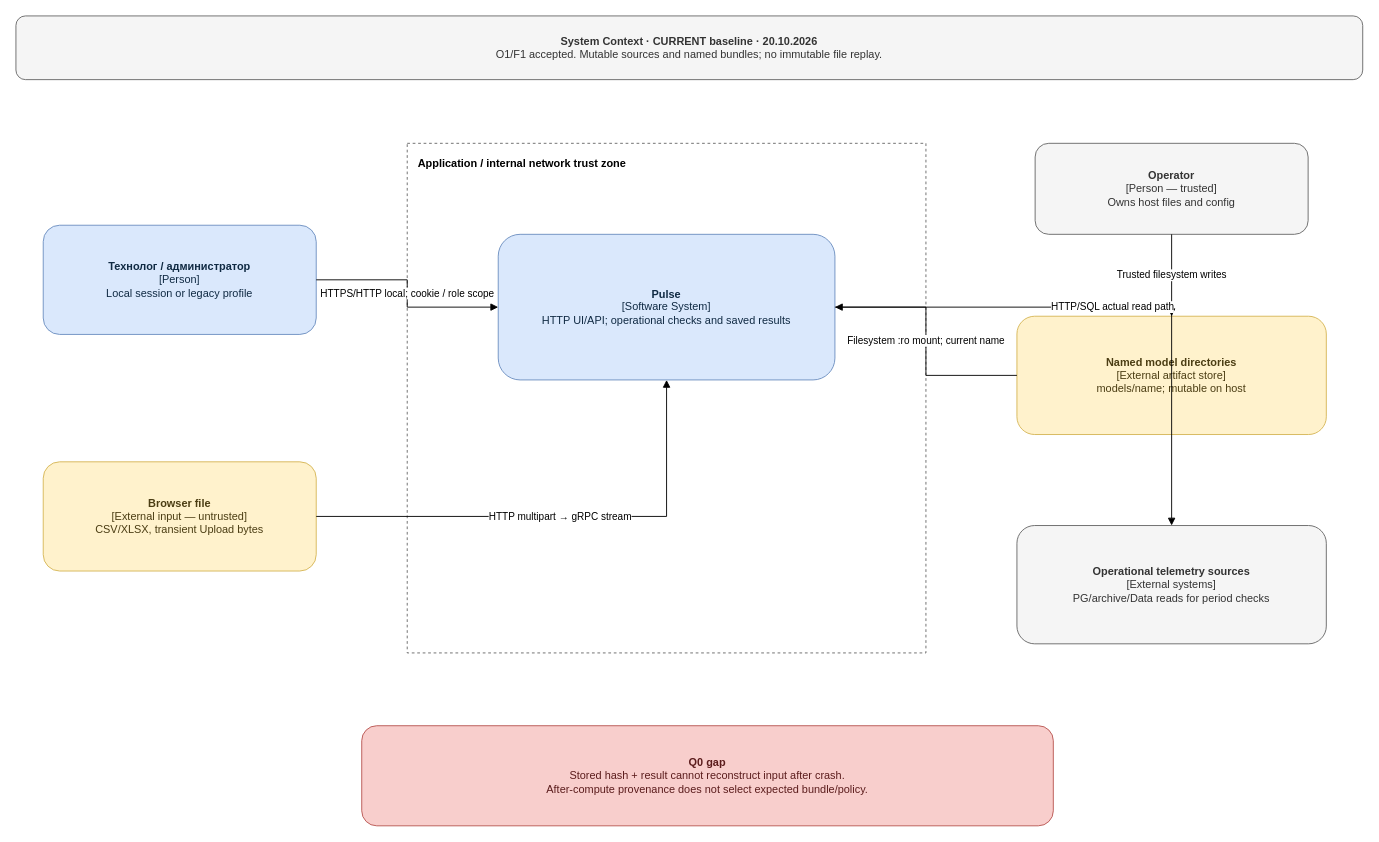
This is page "C1 Historical — pre-Q0 legacy" (1 of 6) of docs/q0-artifact-pinning.drawio from effitech-pulse/pulse-backend, a draw.io file, before an edit. Source tidied: cells renumbered, new cells numbered last; positions are measured from the earlier drawing's top-left corner, leaving out a move shared by most shapes. Both pictures are drawn from the tidied source at 91%, with x=0, y=0 at pixel (15, 15).
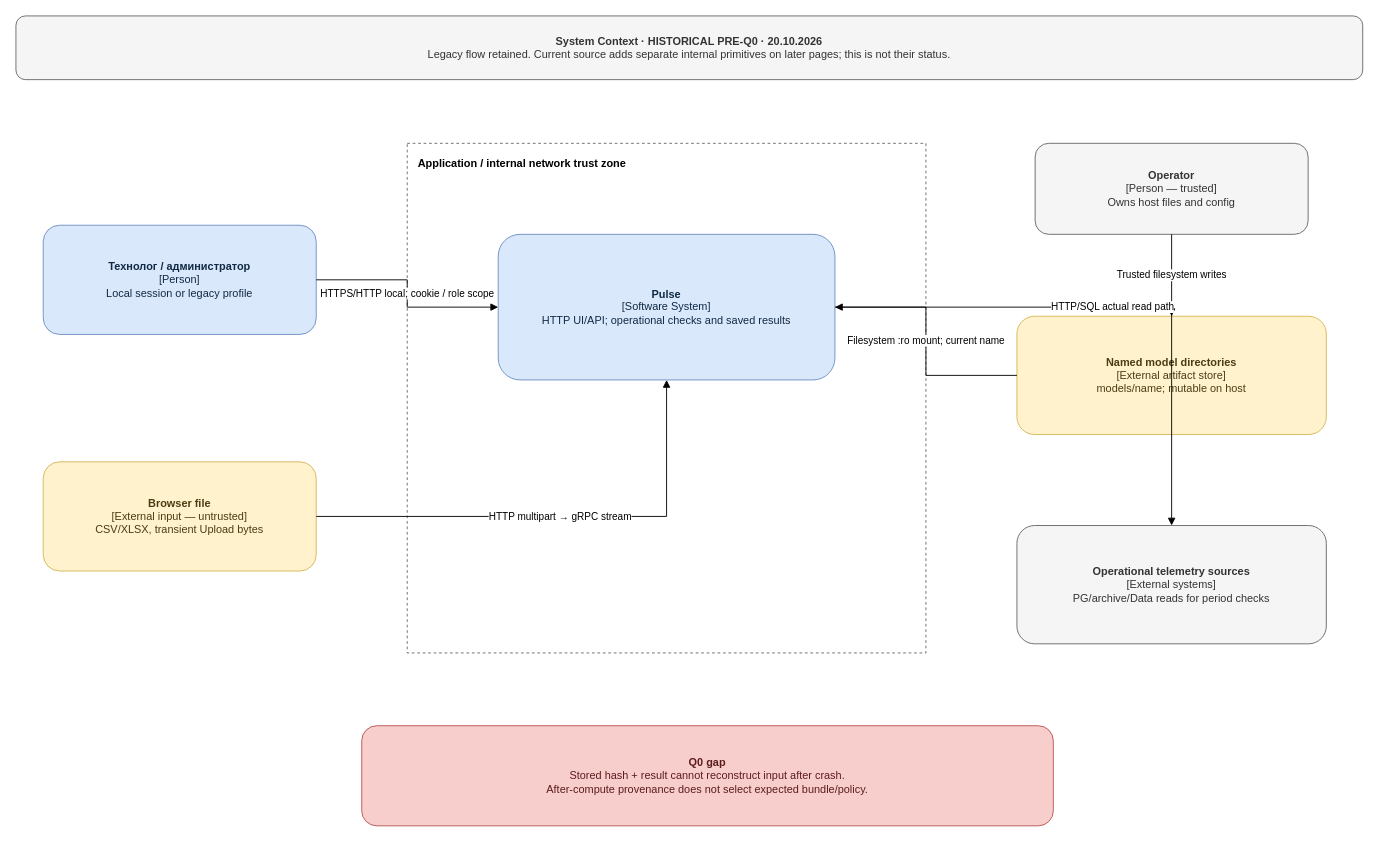
After the change.

What changed in the source:
```diff
@@
 <mxGraphModel>
   <root>
     <mxCell id="0" />
     <mxCell id="1" parent="0" />
-    <mxCell id="2" value="&lt;b&gt;System Context · CURRENT baseline · 20.10.2026&lt;/b&gt;&lt;br&gt;O1/F1 accepted. Mutable sources and named bundles; no immutable file replay." style="rounded=1;whiteSpace=wrap;html=1;fillColor=#f5f5f5;strokeColor=#666666;fontColor=#333333;" parent="1" vertex="1">
+    <mxCell id="2" value="&lt;b&gt;System Context · HISTORICAL PRE-Q0 · 20.10.2026&lt;/b&gt;&lt;br&gt;Legacy flow retained. Current source adds separate internal primitives on later pages; this is not their status." style="rounded=1;whiteSpace=wrap;html=1;fillColor=#f5f5f5;strokeColor=#666666;fontColor=#333333;" parent="1" vertex="1">
       <mxGeometry width="1480" height="70" as="geometry" />
     </mxCell>
     <mxCell id="3" value="Application / internal network trust zone" style="rounded=0;whiteSpace=wrap;html=1;fillColor=none;strokeColor=#666666;dashed=1;verticalAlign=top;align=left;fontStyle=1;spacingTop=8;spacingLeft=10;" parent="1" vertex="1">
       <mxGeometry x="430" y="140" width="570" height="560" as="geometry" />
     </mxCell>
     <mxCell id="4" value="&lt;b&gt;Технолог / администратор&lt;/b&gt;&lt;br&gt;[Person]&lt;br&gt;Local session or legacy profile" style="rounded=1;whiteSpace=wrap;html=1;fillColor=#dae8fc;strokeColor=#6c8ebf;fontColor=#102a43;" parent="1" vertex="1">
       <mxGeometry x="30" y="230" width="300" height="120" as="geometry" />
     </mxCell>
     <mxCell id="5" value="&lt;b&gt;Pulse&lt;/b&gt;&lt;br&gt;[Software System]&lt;br&gt;HTTP UI/API; operational checks and saved results" style="rounded=1;whiteSpace=wrap;html=1;fillColor=#dae8fc;strokeColor=#6c8ebf;fontColor=#102a43;" parent="1" vertex="1">
       <mxGeometry x="530" y="240" width="370" height="160" as="geometry" />
     </mxCell>
     <mxCell id="6" value="&lt;b&gt;Browser file&lt;/b&gt;&lt;br&gt;[External input — untrusted]&lt;br&gt;CSV/XLSX, transient Upload bytes" style="rounded=1;whiteSpace=wrap;html=1;fillColor=#fff2cc;strokeColor=#d6b656;fontColor=#4b3d13;" parent="1" vertex="1">
       <mxGeometry x="30" y="490" width="300" height="120" as="geometry" />
     </mxCell>
     <mxCell id="7" value="&lt;b&gt;Operator&lt;/b&gt;&lt;br&gt;[Person — trusted]&lt;br&gt;Owns host files and config" style="rounded=1;whiteSpace=wrap;html=1;fillColor=#f5f5f5;strokeColor=#666666;fontColor=#333333;" parent="1" vertex="1">
       <mxGeometry x="1120" y="140" width="300" height="100" as="geometry" />
     </mxCell>
     <mxCell id="8" value="&lt;b&gt;Named model directories&lt;/b&gt;&lt;br&gt;[External artifact store]&lt;br&gt;models/name; mutable on host" style="rounded=1;whiteSpace=wrap;html=1;fillColor=#fff2cc;strokeColor=#d6b656;fontColor=#4b3d13;" parent="1" vertex="1">
       <mxGeometry x="1100" y="330" width="340" height="130" as="geometry" />
     </mxCell>
     <mxCell id="9" value="&lt;b&gt;Operational telemetry sources&lt;/b&gt;&lt;br&gt;[External systems]&lt;br&gt;PG/archive/Data reads for period checks" style="rounded=1;whiteSpace=wrap;html=1;fillColor=#f5f5f5;strokeColor=#666666;fontColor=#333333;" parent="1" vertex="1">
       <mxGeometry x="1100" y="560" width="340" height="130" as="geometry" />
     </mxCell>
     <mxCell id="10" value="HTTPS/HTTP local; cookie / role scope" style="edgeStyle=orthogonalEdgeStyle;rounded=0;html=1;endArrow=block;endFill=1;" parent="1" edge="1" source="4" target="5">
       <mxGeometry relative="1" as="geometry" />
     </mxCell>
     <mxCell id="11" value="HTTP multipart → gRPC stream" style="edgeStyle=orthogonalEdgeStyle;rounded=0;html=1;endArrow=block;endFill=1;" parent="1" edge="1" source="6" target="5">
       <mxGeometry relative="1" as="geometry" />
     </mxCell>
     <mxCell id="12" value="Trusted filesystem writes" style="edgeStyle=orthogonalEdgeStyle;rounded=0;html=1;endArrow=block;endFill=1;" parent="1" edge="1" source="7" target="8">
       <mxGeometry relative="1" as="geometry" />
     </mxCell>
     <mxCell id="13" value="Filesystem :ro mount; current name" style="edgeStyle=orthogonalEdgeStyle;rounded=0;html=1;endArrow=block;endFill=1;" parent="1" edge="1" source="8" target="5">
       <mxGeometry relative="1" as="geometry" />
     </mxCell>
     <mxCell id="14" value="HTTP/SQL actual read path" style="edgeStyle=orthogonalEdgeStyle;rounded=0;html=1;endArrow=block;endFill=1;" parent="1" edge="1" source="5" target="9">
       <mxGeometry relative="1" as="geometry" />
     </mxCell>
     <mxCell id="15" value="&lt;b&gt;Q0 gap&lt;/b&gt;&lt;br&gt;Stored hash + result cannot reconstruct input after crash.&lt;br&gt;After-compute provenance does not select expected bundle/policy." style="rounded=1;whiteSpace=wrap;html=1;fillColor=#f8cecc;strokeColor=#b85450;fontColor=#5b1c1c;" parent="1" vertex="1">
       <mxGeometry x="380" y="780" width="760" height="110" as="geometry" />
     </mxCell>
   </root>
 </mxGraphModel>
```
